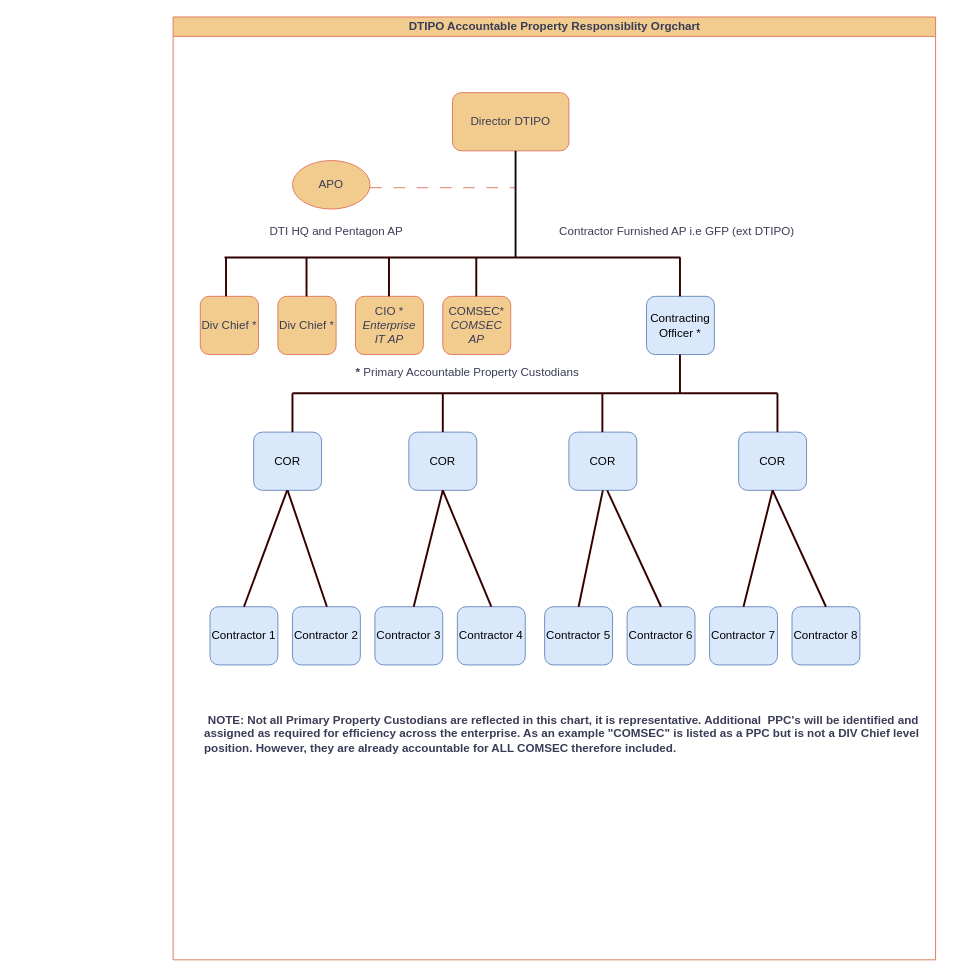
The draw.io diagram AP ORG flow.drawio in moondog69/drawings, before the edit. Source tidied: cells renumbered, new cells numbered last; positions are measured from the earlier drawing's top-left corner, leaving out a move shared by most shapes. Both pictures are drawn from the tidied source at 97%, with x=0, y=0 at pixel (16, 16).
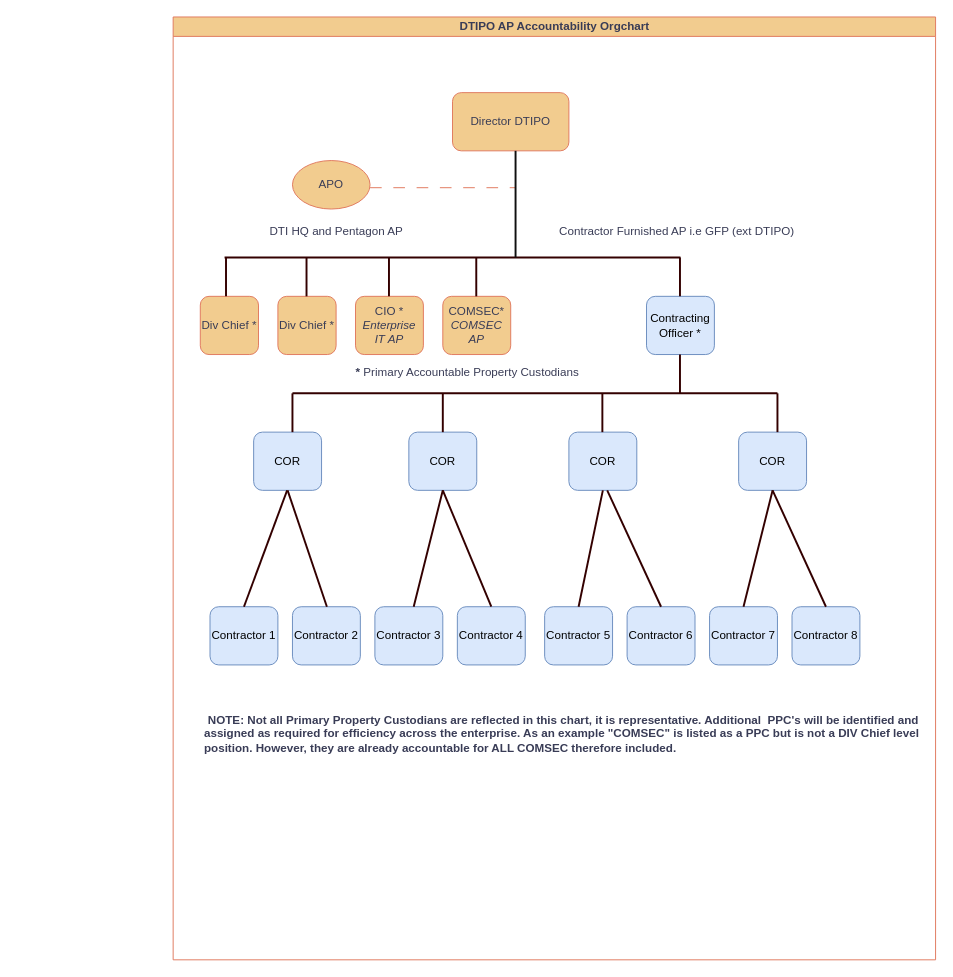
The same diagram, later.

What changed in the source:
```diff
@@
-    <mxCell id="2" value="DTIPO Accountable Property Responsiblity Orgchart" style="swimlane;html=1;startSize=20;horizontal=1;containerType=tree;glass=0;labelBackgroundColor=none;fillColor=#F2CC8F;strokeColor=#E07A5F;fontColor=#393C56;" parent="1" vertex="1">
+    <mxCell id="2" value="DTIPO AP Accountability Orgchart" style="swimlane;html=1;startSize=20;horizontal=1;containerType=tree;glass=0;labelBackgroundColor=none;fillColor=#F2CC8F;strokeColor=#E07A5F;fontColor=#393C56;" parent="1" vertex="1">
       <mxGeometry x="161" width="786" height="972" as="geometry" />
     </mxCell>
```
